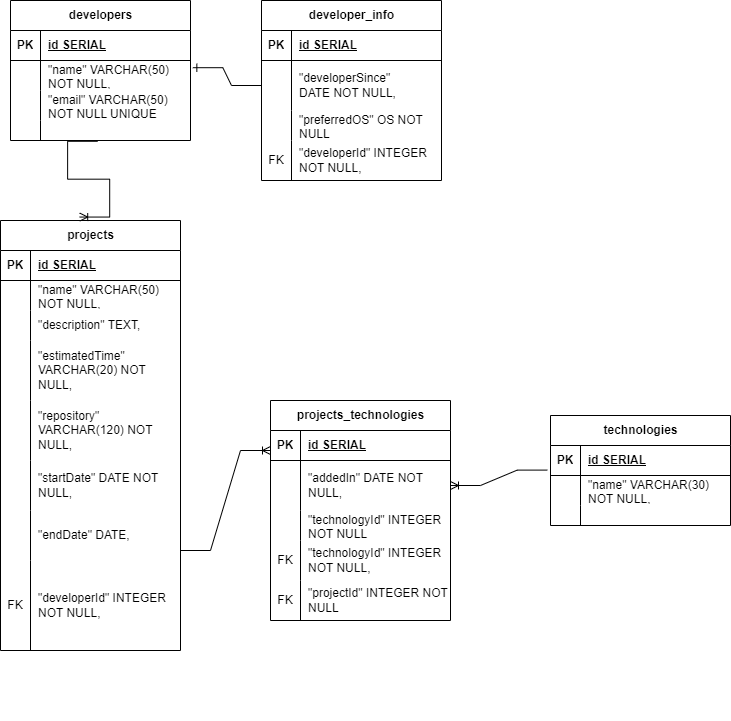
marinagv95/kenzieVelopers keeps this draw.io diagram as sql/diagrams.png. Above is the earlier version. Source tidied: cells renumbered, new cells last; positions are measured from the earlier drawing's top-left corner, leaving out a move shared by most shapes.
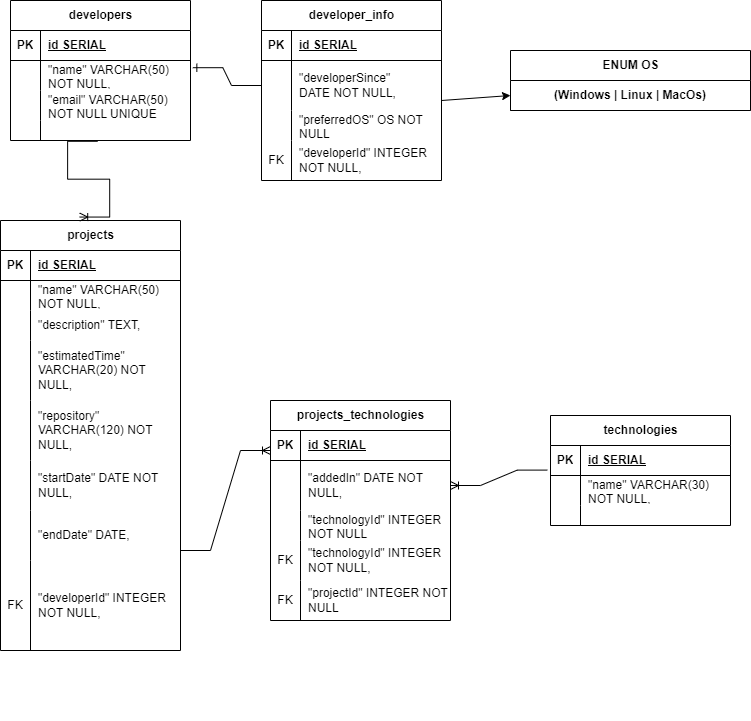
Above is the later version.

Change to the diagram source:
```diff
@@ -299,5 +299,22 @@
     <mxCell id="99" style="shape=partialRectangle;fillColor=none;top=0;left=0;bottom=0;right=0;overflow=hidden;whiteSpace=wrap;html=1;" parent="1" vertex="1">
       <mxGeometry x="560" y="515" width="30" height="30" as="geometry" />
     </mxCell>
+    <mxCell id="100" value="ENUM OS" style="shape=table;startSize=30;rowLines=0;fontStyle=1;align=center;html=1;" parent="1" vertex="1">
+      <mxGeometry x="510" y="50" width="240" height="60" as="geometry" />
+    </mxCell>
+    <mxCell id="101" style="shape=tableRow;horizontal=0;startSize=0;swimlaneHead=0;swimlaneBody=0;fillColor=none;points=[[0,0.5],[1,0.5]];portConstraint=eastwest;top=0;left=0;right=0;bottom=1;" parent="100" vertex="1">
+      <mxGeometry y="30" width="240" height="30" as="geometry" />
+    </mxCell>
+    <mxCell id="102" value="(Windows | Linux | MacOs)" style="shape=partialRectangle;fillColor=none;top=0;left=0;bottom=0;right=0;fontStyle=1;overflow=hidden;whiteSpace=wrap;html=1;" parent="101" vertex="1">
+      <mxGeometry width="240" height="30" as="geometry" />
+    </mxCell>
+    <mxCell id="103" style="shape=partialRectangle;fillColor=none;top=0;left=0;bottom=0;right=0;overflow=hidden;whiteSpace=wrap;html=1;" parent="1" vertex="1">
+      <mxGeometry x="519" y="150" width="30" height="30" as="geometry" />
+    </mxCell>
+    <mxCell id="104" style="endArrow=classic;html=1;rounded=0;entryX=0;entryY=0.5;entryDx=0;entryDy=0;" parent="1" edge="1" target="101">
+      <mxGeometry relative="1" as="geometry">
+        <mxPoint x="441" y="100" as="sourcePoint" />
+      </mxGeometry>
+    </mxCell>
   </root>
 </mxGraphModel>
```
